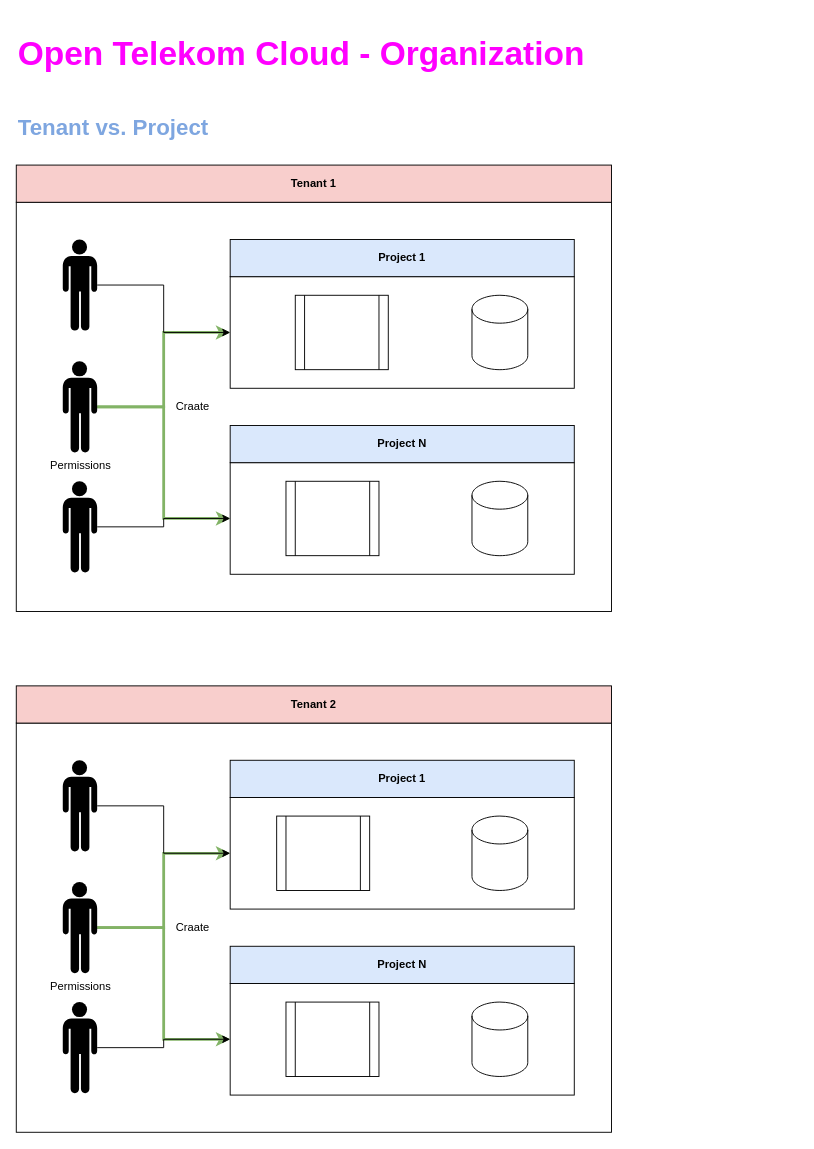
The draw.io diagram page "Tenant vs Project" (1 of 4) of Organization.drawio in themue/OTC, before the edit. Source tidied: cells renumbered, new cells numbered last; positions are measured from the earlier drawing's top-left corner, leaving out a move shared by most shapes. Both pictures are drawn from the tidied source at 93%, with x=0, y=0 at pixel (16, 16).
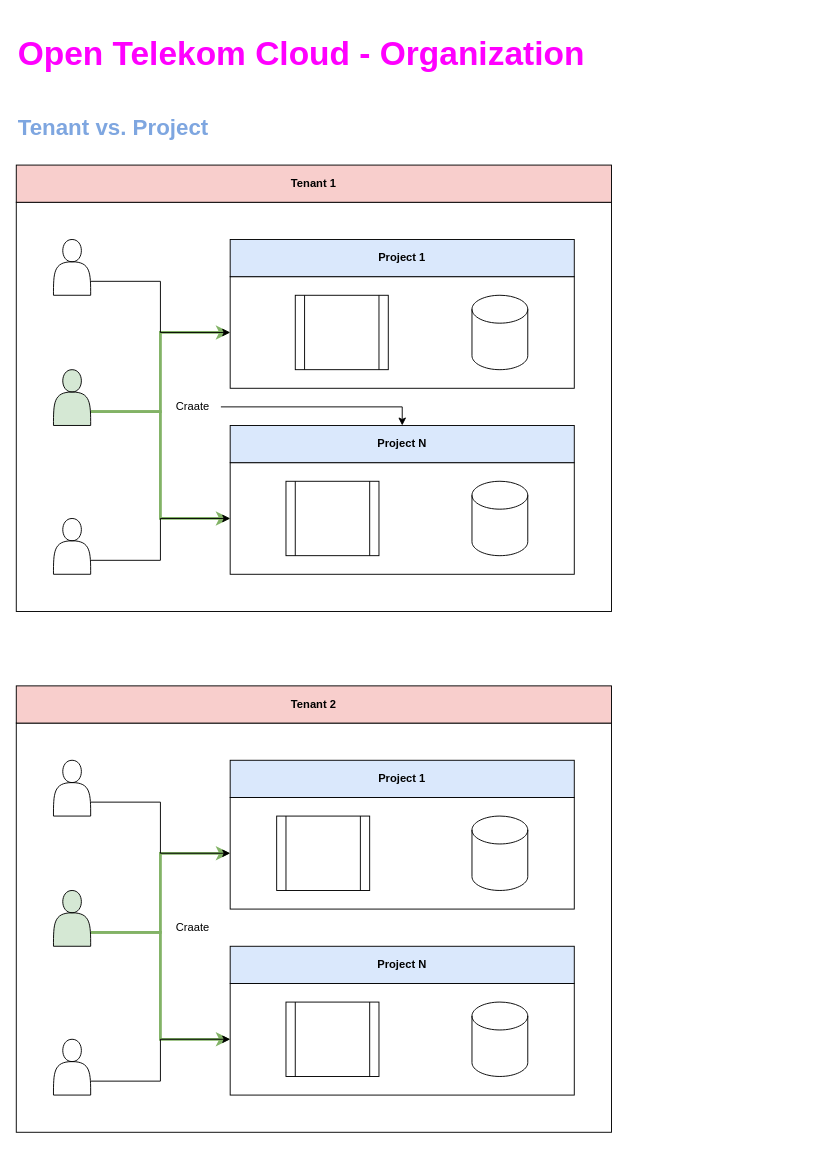
After the change.

Commit message:
Add first parts of IAM

The change refers to these unchanged cells:
```xml
<mxCell id="9" style="rounded=0;whiteSpace=wrap;html=1;" parent="1" vertex="1">
  <mxGeometry x="230" y="280" width="370" height="120" as="geometry" />
</mxCell>
<mxCell id="11" style="rounded=0;whiteSpace=wrap;html=1;" parent="1" vertex="1">
  <mxGeometry x="230" y="480" width="370" height="120" as="geometry" />
</mxCell>
<mxCell id="12" value="&lt;b&gt;Project N&lt;/b&gt;" style="rounded=0;whiteSpace=wrap;html=1;fillColor=#dae8fc;strokeColor=#000000;" parent="1" vertex="1">
  <mxGeometry x="230" y="440" width="370" height="40" as="geometry" />
</mxCell>
<mxCell id="17" value="Craate" style="text;html=1;align=center;verticalAlign=middle;whiteSpace=wrap;rounded=0;" parent="1" vertex="1">
  <mxGeometry x="160" y="405" width="60" height="30" as="geometry" />
</mxCell>
<mxCell id="25" style="rounded=0;whiteSpace=wrap;html=1;" parent="1" vertex="1">
  <mxGeometry x="230" y="840" width="370" height="120" as="geometry" />
</mxCell>
<mxCell id="27" style="rounded=0;whiteSpace=wrap;html=1;" parent="1" vertex="1">
  <mxGeometry x="230" y="1040" width="370" height="120" as="geometry" />
</mxCell>
```

Diff of the diagram source:
```diff
@@
-    <mxCell id="6" style="edgeStyle=orthogonalEdgeStyle;rounded=0;jettySize=auto;html=1;fillColor=#d5e8d4;strokeColor=#82b366;strokeWidth=3;" parent="1" edge="1" source="8" target="9">
+    <mxCell id="6" style="edgeStyle=orthogonalEdgeStyle;rounded=0;jettySize=auto;html=1;fillColor=#d5e8d4;strokeColor=#82b366;strokeWidth=3;exitX=1;exitY=0.75;exitDx=0;exitDy=0;" parent="1" edge="1" source="43" target="9">
       <mxGeometry relative="1" as="geometry" />
     </mxCell>
-    <mxCell id="7" style="edgeStyle=orthogonalEdgeStyle;rounded=0;jettySize=auto;html=1;exitX=1;exitY=0.5;exitDx=0;exitDy=0;exitPerimeter=0;entryX=0;entryY=0.5;entryDx=0;entryDy=0;fillColor=#d5e8d4;strokeColor=#82b366;strokeWidth=3;" parent="1" edge="1" source="8" target="11">
+    <mxCell id="7" style="edgeStyle=orthogonalEdgeStyle;rounded=0;jettySize=auto;html=1;exitX=1;exitY=0.75;exitDx=0;exitDy=0;entryX=0;entryY=0.5;entryDx=0;entryDy=0;fillColor=#d5e8d4;strokeColor=#82b366;strokeWidth=3;" parent="1" edge="1" source="43" target="11">
       <mxGeometry relative="1" as="geometry" />
     </mxCell>
-    <mxCell id="8" value="Permissions" style="shape=mxgraph.signs.people.man_1;html=1;fillColor=#000000;strokeColor=none;verticalLabelPosition=bottom;verticalAlign=top;align=center;sketch=0;" parent="1" vertex="1">
-      <mxGeometry x="50" y="371" width="37" height="98" as="geometry" />
-    </mxCell>
@@
-    <mxCell id="13" style="edgeStyle=orthogonalEdgeStyle;rounded=0;jettySize=auto;html=1;entryX=0;entryY=0.5;entryDx=0;entryDy=0;" parent="1" edge="1" source="14" target="9">
+    <mxCell id="13" style="edgeStyle=orthogonalEdgeStyle;rounded=0;jettySize=auto;html=1;entryX=0;entryY=0.5;entryDx=0;entryDy=0;exitX=1;exitY=0.75;exitDx=0;exitDy=0;" parent="1" edge="1" source="41" target="9">
       <mxGeometry relative="1" as="geometry" />
     </mxCell>
-    <mxCell id="14" style="shape=mxgraph.signs.people.man_1;html=1;fillColor=#000000;strokeColor=none;verticalLabelPosition=bottom;verticalAlign=top;align=center;sketch=0;" parent="1" vertex="1">
-      <mxGeometry x="50" y="240" width="37" height="98" as="geometry" />
-    </mxCell>
-    <mxCell id="15" style="edgeStyle=orthogonalEdgeStyle;rounded=0;jettySize=auto;html=1;exitX=1;exitY=0.5;exitDx=0;exitDy=0;exitPerimeter=0;entryX=0;entryY=0.5;entryDx=0;entryDy=0;" parent="1" edge="1" source="16" target="11">
+    <mxCell id="15" style="edgeStyle=orthogonalEdgeStyle;rounded=0;jettySize=auto;html=1;exitX=1;exitY=0.75;exitDx=0;exitDy=0;entryX=0;entryY=0.5;entryDx=0;entryDy=0;" parent="1" edge="1" source="42" target="11">
       <mxGeometry relative="1" as="geometry" />
     </mxCell>
-    <mxCell id="16" style="shape=mxgraph.signs.people.man_1;html=1;fillColor=#000000;strokeColor=none;verticalLabelPosition=bottom;verticalAlign=top;align=center;sketch=0;" parent="1" vertex="1">
-      <mxGeometry x="50" y="500" width="37" height="98" as="geometry" />
-    </mxCell>
+    <mxCell id="40" style="edgeStyle=orthogonalEdgeStyle;rounded=0;jettySize=auto;html=1;" parent="1" edge="1" source="17" target="12">
+      <mxGeometry relative="1" as="geometry" />
+    </mxCell>
@@
-    <mxCell id="22" style="edgeStyle=orthogonalEdgeStyle;rounded=0;jettySize=auto;html=1;fillColor=#d5e8d4;strokeColor=#82b366;strokeWidth=3;" parent="1" edge="1" source="24" target="25">
+    <mxCell id="22" style="edgeStyle=orthogonalEdgeStyle;rounded=0;jettySize=auto;html=1;fillColor=#d5e8d4;strokeColor=#82b366;strokeWidth=3;exitX=1;exitY=0.75;exitDx=0;exitDy=0;" parent="1" edge="1" source="46" target="25">
       <mxGeometry relative="1" as="geometry" />
     </mxCell>
-    <mxCell id="23" style="edgeStyle=orthogonalEdgeStyle;rounded=0;jettySize=auto;html=1;exitX=1;exitY=0.5;exitDx=0;exitDy=0;exitPerimeter=0;entryX=0;entryY=0.5;entryDx=0;entryDy=0;fillColor=#d5e8d4;strokeColor=#82b366;strokeWidth=3;" parent="1" edge="1" source="24" target="27">
+    <mxCell id="23" style="edgeStyle=orthogonalEdgeStyle;rounded=0;jettySize=auto;html=1;exitX=1;exitY=0.75;exitDx=0;exitDy=0;entryX=0;entryY=0.5;entryDx=0;entryDy=0;fillColor=#d5e8d4;strokeColor=#82b366;strokeWidth=3;" parent="1" edge="1" source="46" target="27">
       <mxGeometry relative="1" as="geometry" />
     </mxCell>
-    <mxCell id="24" value="Permissions" style="shape=mxgraph.signs.people.man_1;html=1;fillColor=#000000;strokeColor=none;verticalLabelPosition=bottom;verticalAlign=top;align=center;sketch=0;" parent="1" vertex="1">
-      <mxGeometry x="50" y="931" width="37" height="98" as="geometry" />
-    </mxCell>
@@
-    <mxCell id="29" style="edgeStyle=orthogonalEdgeStyle;rounded=0;jettySize=auto;html=1;entryX=0;entryY=0.5;entryDx=0;entryDy=0;" parent="1" edge="1" source="30" target="25">
+    <mxCell id="29" style="edgeStyle=orthogonalEdgeStyle;rounded=0;jettySize=auto;html=1;entryX=0;entryY=0.5;entryDx=0;entryDy=0;exitX=1;exitY=0.75;exitDx=0;exitDy=0;" parent="1" edge="1" source="44" target="25">
       <mxGeometry relative="1" as="geometry" />
     </mxCell>
-    <mxCell id="30" style="shape=mxgraph.signs.people.man_1;html=1;fillColor=#000000;strokeColor=none;verticalLabelPosition=bottom;verticalAlign=top;align=center;sketch=0;" parent="1" vertex="1">
-      <mxGeometry x="50" y="800" width="37" height="98" as="geometry" />
-    </mxCell>
-    <mxCell id="31" style="edgeStyle=orthogonalEdgeStyle;rounded=0;jettySize=auto;html=1;exitX=1;exitY=0.5;exitDx=0;exitDy=0;exitPerimeter=0;entryX=0;entryY=0.5;entryDx=0;entryDy=0;" parent="1" edge="1" source="32" target="27">
+    <mxCell id="31" style="edgeStyle=orthogonalEdgeStyle;rounded=0;jettySize=auto;html=1;entryX=0;entryY=0.5;entryDx=0;entryDy=0;exitX=1;exitY=0.75;exitDx=0;exitDy=0;" parent="1" edge="1" source="45" target="27">
       <mxGeometry relative="1" as="geometry" />
     </mxCell>
-    <mxCell id="32" style="shape=mxgraph.signs.people.man_1;html=1;fillColor=#000000;strokeColor=none;verticalLabelPosition=bottom;verticalAlign=top;align=center;sketch=0;" parent="1" vertex="1">
-      <mxGeometry x="50" y="1060" width="37" height="98" as="geometry" />
-    </mxCell>
@@
+    <mxCell id="41" style="shape=actor;whiteSpace=wrap;html=1;" parent="1" vertex="1">
+      <mxGeometry x="40" y="240" width="40" height="60" as="geometry" />
+    </mxCell>
+    <mxCell id="42" style="shape=actor;whiteSpace=wrap;html=1;" parent="1" vertex="1">
+      <mxGeometry x="40" y="540" width="40" height="60" as="geometry" />
+    </mxCell>
+    <mxCell id="43" style="shape=actor;whiteSpace=wrap;html=1;fillColor=#d5e8d4;strokeColor=#000000;" parent="1" vertex="1">
+      <mxGeometry x="40" y="380" width="40" height="60" as="geometry" />
+    </mxCell>
+    <mxCell id="44" style="shape=actor;whiteSpace=wrap;html=1;" parent="1" vertex="1">
+      <mxGeometry x="40" y="800" width="40" height="60" as="geometry" />
+    </mxCell>
+    <mxCell id="45" style="shape=actor;whiteSpace=wrap;html=1;" parent="1" vertex="1">
+      <mxGeometry x="40" y="1100" width="40" height="60" as="geometry" />
+    </mxCell>
+    <mxCell id="46" style="shape=actor;whiteSpace=wrap;html=1;fillColor=#d5e8d4;strokeColor=#000000;" parent="1" vertex="1">
+      <mxGeometry x="40" y="940" width="40" height="60" as="geometry" />
+    </mxCell>
```
